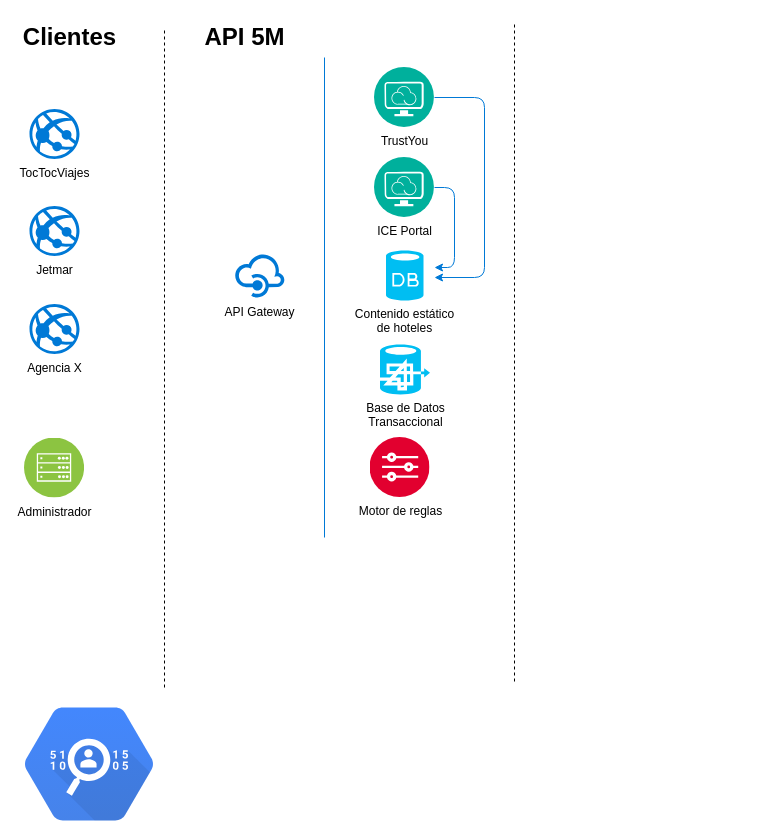
The draw.io diagram Untitled Diagram.drawio in nan3co/crypto-twitter-bot, before the edit. Source tidied: cells renumbered, new cells numbered last; positions are measured from the earlier drawing's top-left corner, leaving out a move shared by most shapes. Both pictures are drawn from the tidied source at 100%, with x=0, y=0 at pixel (19, 17).
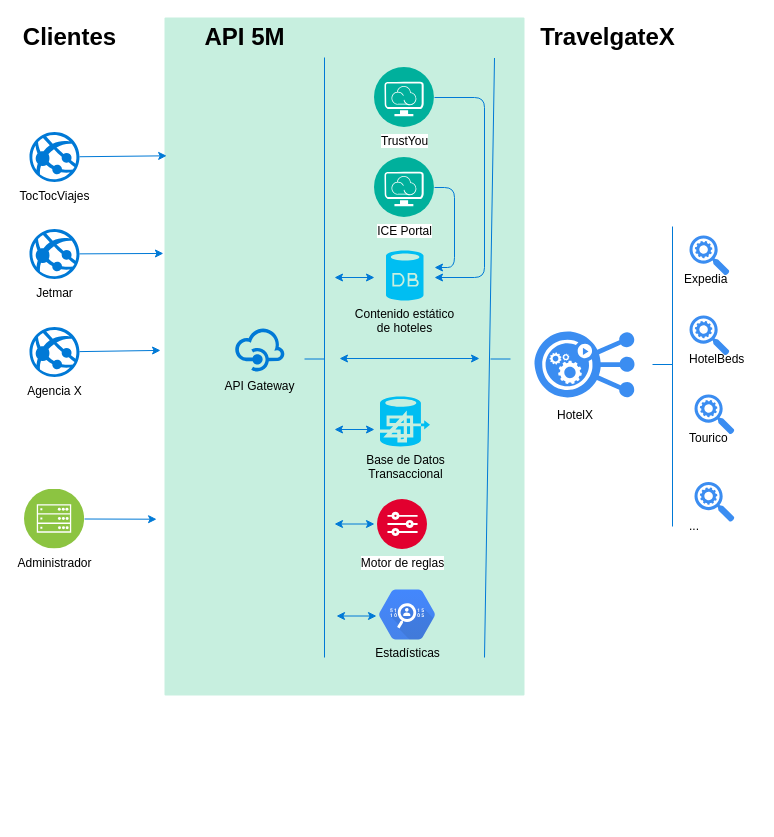
The same page after the edit.

The change refers to these unchanged cells:
```xml
<mxCell id="9" value="TrustYou" style="perimeter=ellipsePerimeter;html=1;align=center;shadow=0;dashed=0;image;image=img/lib/ibm/management/provider_cloud_portal_service.svg;" parent="1" vertex="1">
  <mxGeometry x="355" y="50" width="60" height="60" as="geometry" />
</mxCell>
```

The edit, as a diff of the source:
```diff
@@
+    <mxCell id="20" style="points=[[0,0,0],[0.25,0,0],[0.5,0,0],[0.75,0,0],[1,0,0],[1,0.25,0],[1,0.5,0],[1,0.75,0],[1,1,0],[0.75,1,0],[0.5,1,0],[0.25,1,0],[0,1,0],[0,0.75,0],[0,0.5,0],[0,0.25,0]];rounded=1;absoluteArcSize=1;arcSize=2;html=1;strokeColor=none;gradientColor=none;shadow=0;dashed=0;fontSize=12;fontColor=#9E9E9E;align=left;verticalAlign=top;spacing=10;spacingTop=-4;fillColor=#C7EFDF;" parent="1" vertex="1">
+      <mxGeometry x="145" width="360" height="678" as="geometry" />
+    </mxCell>
+    <mxCell id="21" style="edgeStyle=none;jettySize=auto;html=1;strokeColor=#0079D6;entryX=0.006;entryY=0.204;entryDx=0;entryDy=0;entryPerimeter=0;" parent="1" edge="1" source="2" target="20">
+      <mxGeometry relative="1" as="geometry" />
+    </mxCell>
     <mxCell id="2" value="TocTocViajes&lt;br&gt;&lt;br&gt;" style="shadow=0;dashed=0;html=1;strokeColor=none;fillColor=#0079D6;labelPosition=center;verticalLabelPosition=bottom;verticalAlign=top;align=center;shape=mxgraph.azure.azure_website;" parent="1" vertex="1">
-      <mxGeometry x="10" y="91.5" width="50" height="50" as="geometry" />
+      <mxGeometry x="10" y="114.5" width="50" height="50" as="geometry" />
     </mxCell>
+    <mxCell id="22" style="edgeStyle=none;jettySize=auto;html=1;entryX=-0.011;entryY=0.491;entryDx=0;entryDy=0;entryPerimeter=0;strokeColor=#0079D6;" parent="1" edge="1" source="3" target="20">
+      <mxGeometry relative="1" as="geometry" />
+    </mxCell>
     <mxCell id="3" value="Agencia X&lt;br&gt;" style="shadow=0;dashed=0;html=1;strokeColor=none;fillColor=#0079D6;labelPosition=center;verticalLabelPosition=bottom;verticalAlign=top;align=center;shape=mxgraph.azure.azure_website;" parent="1" vertex="1">
-      <mxGeometry x="10" y="286.5" width="50" height="50" as="geometry" />
+      <mxGeometry x="10" y="309.5" width="50" height="50" as="geometry" />
     </mxCell>
+    <mxCell id="23" style="edgeStyle=none;jettySize=auto;html=1;entryX=-0.022;entryY=0.74;entryDx=0;entryDy=0;entryPerimeter=0;strokeColor=#0079D6;" parent="1" edge="1" source="4" target="20">
+      <mxGeometry relative="1" as="geometry" />
+    </mxCell>
     <mxCell id="4" value="Administrador&lt;br&gt;" style="perimeter=ellipsePerimeter;html=1;align=center;shadow=0;dashed=0;image;image=img/lib/ibm/infrastructure/mobile_backend.svg;" parent="1" vertex="1">
-      <mxGeometry x="5" y="420.5" width="60" height="60" as="geometry" />
+      <mxGeometry x="5" y="471.5" width="60" height="60" as="geometry" />
     </mxCell>
+    <mxCell id="24" style="edgeStyle=none;jettySize=auto;html=1;entryX=-0.003;entryY=0.348;entryDx=0;entryDy=0;entryPerimeter=0;strokeColor=#0079D6;" parent="1" edge="1" source="5" target="20">
+      <mxGeometry relative="1" as="geometry" />
+    </mxCell>
     <mxCell id="5" value="Jetmar&lt;br&gt;" style="shadow=0;dashed=0;html=1;strokeColor=none;fillColor=#0079D6;labelPosition=center;verticalLabelPosition=bottom;verticalAlign=top;align=center;shape=mxgraph.azure.azure_website;" parent="1" vertex="1">
-      <mxGeometry x="10" y="188.5" width="50" height="50" as="geometry" />
+      <mxGeometry x="10" y="211.5" width="50" height="50" as="geometry" />
     </mxCell>
-    <mxCell id="6" style="endArrow=none;dashed=1;html=1;" parent="1" edge="1">
-      <mxGeometry relative="1" as="geometry">
-        <mxPoint x="145" y="670" as="sourcePoint" />
-        <mxPoint x="145" y="10" as="targetPoint" />
-      </mxGeometry>
-    </mxCell>
@@
-    <mxCell id="8" style="edgeStyle=none;jettySize=auto;html=1;strokeColor=#0079D6;" parent="1" edge="1" source="9">
+    <mxCell id="8" style="edgeStyle=none;jettySize=auto;html=1;strokeColor=#0079D6;border=5;" parent="1" edge="1" source="9">
       <mxGeometry relative="1" as="geometry">
         <mxPoint x="415" y="260" as="targetPoint" />
         <Array as="points">
           <mxPoint x="465" y="80" />
           <mxPoint x="465" y="260" />
         </Array>
       </mxGeometry>
     </mxCell>
@@
-    <mxCell id="11" value="ICE Portal" style="perimeter=ellipsePerimeter;html=1;align=center;shadow=0;dashed=0;image;image=img/lib/ibm/management/provider_cloud_portal_service.svg;" parent="1" vertex="1">
-      <mxGeometry x="355" y="140" width="60" height="60" as="geometry" />
-    </mxCell>
     <mxCell id="12" value="Base de Datos&lt;br&gt;Transaccional" style="verticalLabelPosition=bottom;html=1;verticalAlign=top;align=center;strokeColor=none;fillColor=#00BEF2;shape=mxgraph.azure.hdinsight;" parent="1" vertex="1">
-      <mxGeometry x="360.5" y="327" width="50" height="50" as="geometry" />
+      <mxGeometry x="360.5" y="379" width="50" height="50" as="geometry" />
     </mxCell>
@@
     <mxCell id="14" value="Motor de reglas" style="perimeter=ellipsePerimeter;html=1;align=center;shadow=0;dashed=0;image;image=img/lib/ibm/vpc/SecurityGroupRules.svg;" parent="1" vertex="1">
-      <mxGeometry x="350.5" y="420" width="60" height="60" as="geometry" />
+      <mxGeometry x="358" y="482" width="50" height="50" as="geometry" />
     </mxCell>
@@
-    <mxCell id="16" style="endArrow=none;dashed=1;html=1;" parent="1" edge="1">
-      <mxGeometry relative="1" as="geometry">
-        <mxPoint x="495" y="664" as="sourcePoint" />
-        <mxPoint x="495" y="4" as="targetPoint" />
-      </mxGeometry>
-    </mxCell>
-    <mxCell id="17" style="shape=mxgraph.gcp.identity_and_security.cloud_data_loss_prevention_api;html=1;fillColor=#4387FD;gradientColor=#4683EA;strokeColor=none;verticalLabelPosition=bottom;verticalAlign=top;align=center;" parent="1" vertex="1">
-      <mxGeometry x="5" y="690" width="129" height="113" as="geometry" />
+    <mxCell id="17" value="Estadísticas" style="shape=mxgraph.gcp.identity_and_security.cloud_data_loss_prevention_api;html=1;fillColor=#4387FD;gradientColor=#4683EA;strokeColor=none;verticalLabelPosition=bottom;verticalAlign=top;align=center;" parent="1" vertex="1">
+      <mxGeometry x="359.5" y="572" width="56" height="50" as="geometry" />
     </mxCell>
     <mxCell id="18" value="API Gateway" style="shadow=0;dashed=0;html=1;strokeColor=none;labelPosition=center;verticalLabelPosition=bottom;verticalAlign=top;align=center;shape=mxgraph.mscae.cloud.api_management;fillColor=#0079D6;" parent="1" vertex="1">
-      <mxGeometry x="215" y="235.5" width="50" height="45" as="geometry" />
+      <mxGeometry x="215" y="309.5" width="50" height="45" as="geometry" />
     </mxCell>
     <mxCell id="19" style="endArrow=none;html=1;strokeColor=#0079D6;" parent="1" edge="1">
       <mxGeometry relative="1" as="geometry">
-        <mxPoint x="305" y="520" as="sourcePoint" />
+        <mxPoint x="305" y="640" as="sourcePoint" />
         <mxPoint x="305" y="40" as="targetPoint" />
       </mxGeometry>
     </mxCell>
+    <mxCell id="25" style="endArrow=classic;startArrow=classic;html=1;strokeColor=#0079D6;" parent="1" edge="1">
+      <mxGeometry relative="1" as="geometry">
+        <mxPoint x="315" y="260" as="sourcePoint" />
+        <mxPoint x="355" y="260" as="targetPoint" />
+      </mxGeometry>
+    </mxCell>
+    <mxCell id="26" style="endArrow=none;html=1;strokeColor=#0079D6;" parent="1" edge="1">
+      <mxGeometry relative="1" as="geometry">
+        <mxPoint x="285" y="341.5" as="sourcePoint" />
+        <mxPoint x="305" y="341.5" as="targetPoint" />
+      </mxGeometry>
+    </mxCell>
+    <mxCell id="27" style="endArrow=classic;startArrow=classic;html=1;strokeColor=#0079D6;" parent="1" edge="1">
+      <mxGeometry relative="1" as="geometry">
+        <mxPoint x="315" y="412" as="sourcePoint" />
+        <mxPoint x="355" y="412" as="targetPoint" />
+      </mxGeometry>
+    </mxCell>
+    <mxCell id="28" style="endArrow=classic;startArrow=classic;html=1;strokeColor=#0079D6;" parent="1" edge="1">
+      <mxGeometry relative="1" as="geometry">
+        <mxPoint x="315" y="506.5" as="sourcePoint" />
+        <mxPoint x="355" y="506.5" as="targetPoint" />
+      </mxGeometry>
+    </mxCell>
+    <mxCell id="29" style="html=1;strokeColor=none;shadow=0;align=center;verticalAlign=top;fillColor=#3B8DF1;shape=mxgraph.gcp2.replication_controller_3;" parent="1" vertex="1">
+      <mxGeometry x="515" y="314" width="100" height="66" as="geometry" />
+    </mxCell>
+    <mxCell id="30" style="endArrow=none;html=1;strokeColor=#0079D6;" parent="1" edge="1">
+      <mxGeometry relative="1" as="geometry">
+        <mxPoint x="465" y="640" as="sourcePoint" />
+        <mxPoint x="475" y="40.5" as="targetPoint" />
+      </mxGeometry>
+    </mxCell>
+    <mxCell id="31" style="endArrow=none;html=1;strokeColor=#0079D6;" parent="1" edge="1">
+      <mxGeometry relative="1" as="geometry">
+        <mxPoint x="471" y="341.5" as="sourcePoint" />
+        <mxPoint x="491" y="341.5" as="targetPoint" />
+      </mxGeometry>
+    </mxCell>
+    <mxCell id="32" value="TravelgateX" style="text;strokeColor=none;fillColor=none;html=1;fontSize=24;fontStyle=1;verticalAlign=middle;align=center;" parent="1" vertex="1">
+      <mxGeometry x="538" width="100" height="40" as="geometry" />
+    </mxCell>
+    <mxCell id="33" style="html=1;strokeColor=none;shadow=0;align=center;verticalAlign=top;fillColor=#3B8DF1;shape=mxgraph.gcp2.search_api;" parent="1" vertex="1">
+      <mxGeometry x="670" y="218" width="40" height="40" as="geometry" />
+    </mxCell>
+    <mxCell id="34" value="Expedia" style="text;html=1;align=left;verticalAlign=top;spacingTop=-4;" parent="1" vertex="1">
+      <mxGeometry x="663" y="252" width="60" height="20" as="geometry" />
+    </mxCell>
+    <mxCell id="35" style="html=1;strokeColor=none;shadow=0;align=center;verticalAlign=top;fillColor=#3B8DF1;shape=mxgraph.gcp2.search_api;" parent="1" vertex="1">
+      <mxGeometry x="670" y="298" width="40" height="40" as="geometry" />
+    </mxCell>
+    <mxCell id="36" value="HotelBeds&lt;br&gt;" style="text;html=1;align=left;verticalAlign=top;spacingTop=-4;" parent="1" vertex="1">
+      <mxGeometry x="668" y="332" width="70" height="20" as="geometry" />
+    </mxCell>
+    <mxCell id="37" style="html=1;strokeColor=none;shadow=0;align=center;verticalAlign=top;fillColor=#3B8DF1;shape=mxgraph.gcp2.search_api;" parent="1" vertex="1">
+      <mxGeometry x="675" y="377" width="40" height="40" as="geometry" />
+    </mxCell>
+    <mxCell id="38" value="Tourico" style="text;html=1;align=left;verticalAlign=top;spacingTop=-4;" parent="1" vertex="1">
+      <mxGeometry x="668" y="411" width="50" height="20" as="geometry" />
+    </mxCell>
+    <mxCell id="39" style="html=1;strokeColor=none;shadow=0;align=center;verticalAlign=top;fillColor=#3B8DF1;shape=mxgraph.gcp2.search_api;" parent="1" vertex="1">
+      <mxGeometry x="675" y="464.5" width="40" height="40" as="geometry" />
+    </mxCell>
+    <mxCell id="40" value="..." style="text;html=1;align=left;verticalAlign=top;spacingTop=-4;" parent="1" vertex="1">
+      <mxGeometry x="668" y="498.5" width="30" height="20" as="geometry" />
+    </mxCell>
+    <mxCell id="41" style="endArrow=none;html=1;strokeColor=#0079D6;" parent="1" edge="1">
+      <mxGeometry relative="1" as="geometry">
+        <mxPoint x="653" y="509" as="sourcePoint" />
+        <mxPoint x="653" y="209" as="targetPoint" />
+      </mxGeometry>
+    </mxCell>
+    <mxCell id="42" style="endArrow=none;html=1;strokeColor=#0079D6;" parent="1" edge="1">
+      <mxGeometry relative="1" as="geometry">
+        <mxPoint x="633" y="347" as="sourcePoint" />
+        <mxPoint x="653" y="347" as="targetPoint" />
+      </mxGeometry>
+    </mxCell>
+    <mxCell id="11" value="ICE Portal" style="perimeter=ellipsePerimeter;html=1;align=center;shadow=0;dashed=0;image;image=img/lib/ibm/management/provider_cloud_portal_service.svg;" parent="1" vertex="1">
+      <mxGeometry x="355" y="140" width="60" height="60" as="geometry" />
+    </mxCell>
+    <mxCell id="43" style="endArrow=classic;startArrow=classic;html=1;strokeColor=#0079D6;" parent="1" edge="1">
+      <mxGeometry relative="1" as="geometry">
+        <mxPoint x="317" y="598.5" as="sourcePoint" />
+        <mxPoint x="357" y="598.5" as="targetPoint" />
+      </mxGeometry>
+    </mxCell>
+    <mxCell id="44" style="endArrow=classic;startArrow=classic;html=1;strokeColor=#0079D6;" parent="1" edge="1">
+      <mxGeometry relative="1" as="geometry">
+        <mxPoint x="320" y="341" as="sourcePoint" />
+        <mxPoint x="460" y="341" as="targetPoint" />
+      </mxGeometry>
+    </mxCell>
+    <mxCell id="45" value="HotelX" style="text;html=1;align=left;verticalAlign=top;spacingTop=-4;" parent="1" vertex="1">
+      <mxGeometry x="536" y="388" width="50" height="20" as="geometry" />
+    </mxCell>
```
